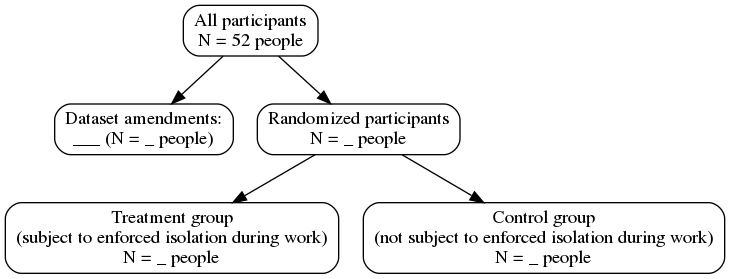
The Graphviz diagram flow.gv.png in DavidRV00/w251-final-project, before a commit. Its source is kept beside it as flow.gv. Its diagram source:
```dot
digraph G {
  node [shape=rectangle style=rounded];

  participants [label="All participants\nN = 52 people"]
  participants -> {amendments rand_participants}

  amendments [label="Dataset amendments:\n___ (N = _ people)"]

  rand_participants [label="Randomized participants\nN = _ people"]
  rand_participants -> {treatment control}

  treatment [label="Treatment group\n(subject to enforced isolation during work)\nN = _ people"]

  control [label="Control group\n(not subject to enforced isolation during work)\nN = _ people"]
}
```
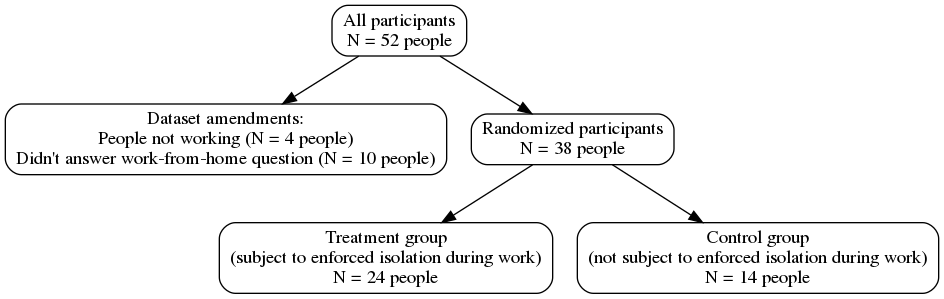
The same diagram one commit later.

Commit message:
Add more detail to flow diagram; Add responses.csv

The edit, as a diff of the source:
```diff
@@ -4,12 +4,12 @@
   participants [label="All participants\nN = 52 people"]
   participants -> {amendments rand_participants}
 
-  amendments [label="Dataset amendments:\n___ (N = _ people)"]
+  amendments [label="Dataset amendments:\nPeople not working (N = 4 people)\nDidn't answer work-from-home question (N = 10 people)"]
 
-  rand_participants [label="Randomized participants\nN = _ people"]
+  rand_participants [label="Randomized participants\nN = 38 people"]
   rand_participants -> {treatment control}
 
-  treatment [label="Treatment group\n(subject to enforced isolation during work)\nN = _ people"]
+  treatment [label="Treatment group\n(subject to enforced isolation during work)\nN = 24 people"]
 
-  control [label="Control group\n(not subject to enforced isolation during work)\nN = _ people"]
+  control [label="Control group\n(not subject to enforced isolation during work)\nN = 14 people"]
 }
```
